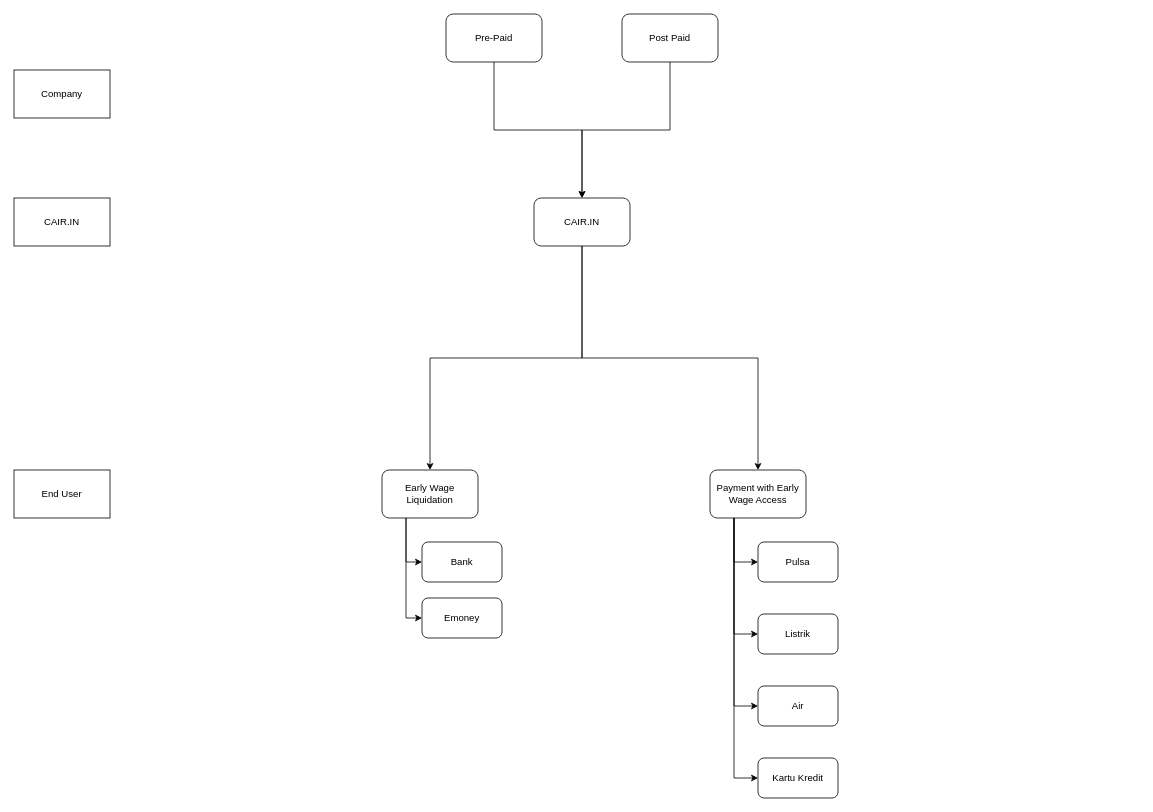
Earlier version of the draw.io diagram cair.in.drawio (stephendaniel31/draw.io). Source tidied: cells renumbered, new cells numbered last; positions are measured from the earlier drawing's top-left corner, leaving out a move shared by most shapes. Both pictures are drawn from the tidied source at 80%, with x=0, y=0 at pixel (14, 14).
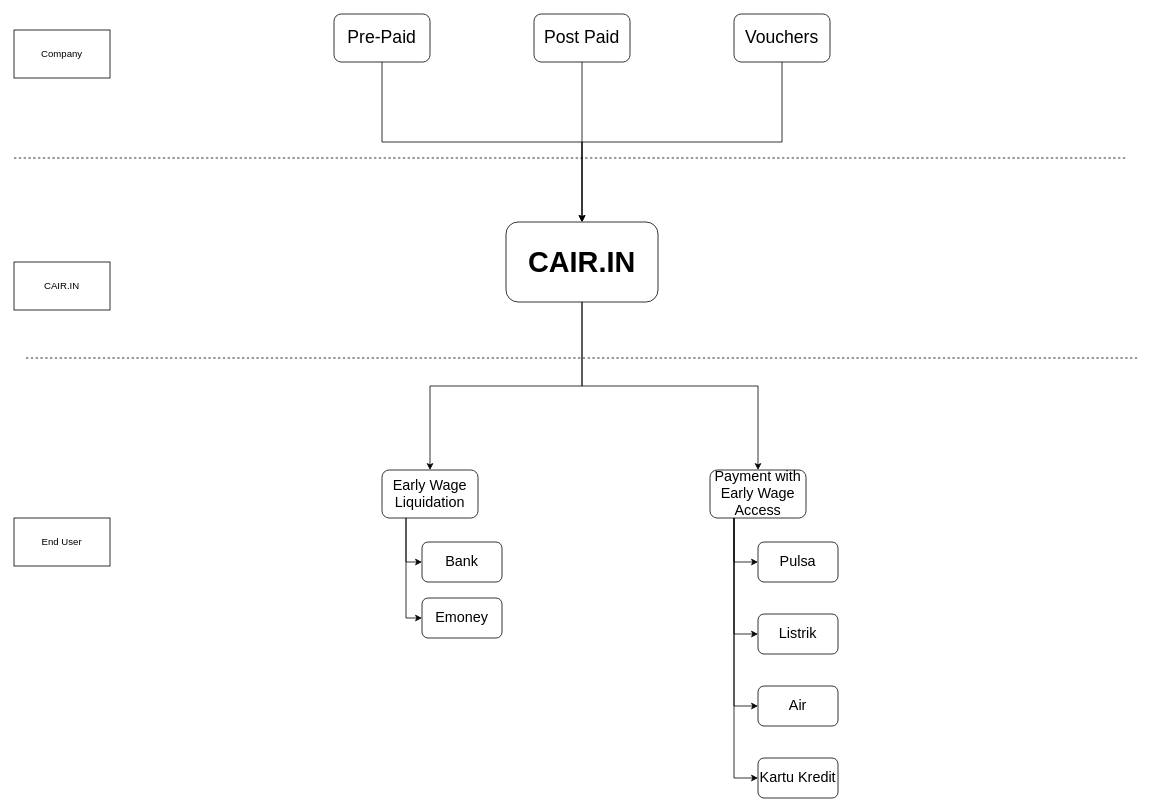
After the change.

The edit, as a diff of the source:
```diff
@@
-    <mxCell id="4" value="CAIR.IN" style="rounded=1;whiteSpace=wrap;html=1;" parent="1" vertex="1">
-      <mxGeometry x="650" y="230" width="120" height="60" as="geometry" />
+    <mxCell id="4" value="CAIR.IN" style="rounded=1;whiteSpace=wrap;html=1;strokeWidth=1;fontSize=36;fontStyle=1;" parent="1" vertex="1">
+      <mxGeometry x="615" y="260" width="190" height="100" as="geometry" />
     </mxCell>
-    <mxCell id="5" style="edgeStyle=orthogonalEdgeStyle;rounded=0;jettySize=auto;html=1;exitX=0.25;exitY=1;exitDx=0;exitDy=0;entryX=0;entryY=0.5;entryDx=0;entryDy=0;" parent="1" edge="1" source="7" target="17">
+    <mxCell id="5" style="edgeStyle=orthogonalEdgeStyle;rounded=0;jettySize=auto;html=1;exitX=0.25;exitY=1;exitDx=0;exitDy=0;entryX=0;entryY=0.5;entryDx=0;entryDy=0;fontSize=18;" parent="1" edge="1" source="7" target="17">
       <mxGeometry relative="1" as="geometry" />
     </mxCell>
-    <mxCell id="6" style="edgeStyle=orthogonalEdgeStyle;rounded=0;jettySize=auto;html=1;exitX=0.25;exitY=1;exitDx=0;exitDy=0;entryX=0;entryY=0.5;entryDx=0;entryDy=0;" parent="1" edge="1" source="7" target="18">
+    <mxCell id="6" style="edgeStyle=orthogonalEdgeStyle;rounded=0;jettySize=auto;html=1;exitX=0.25;exitY=1;exitDx=0;exitDy=0;entryX=0;entryY=0.5;entryDx=0;entryDy=0;fontSize=18;" parent="1" edge="1" source="7" target="18">
       <mxGeometry relative="1" as="geometry" />
     </mxCell>
-    <mxCell id="7" value="Early Wage Liquidation" style="rounded=1;whiteSpace=wrap;html=1;" parent="1" vertex="1">
+    <mxCell id="7" value="Early Wage Liquidation" style="rounded=1;whiteSpace=wrap;html=1;fontSize=18;" parent="1" vertex="1">
       <mxGeometry x="460" y="570" width="120" height="60" as="geometry" />
     </mxCell>
-    <mxCell id="8" style="edgeStyle=orthogonalEdgeStyle;rounded=0;jettySize=auto;html=1;exitX=0.25;exitY=1;exitDx=0;exitDy=0;entryX=0;entryY=0.5;entryDx=0;entryDy=0;" parent="1" edge="1" source="12" target="13">
+    <mxCell id="8" style="edgeStyle=orthogonalEdgeStyle;rounded=0;jettySize=auto;html=1;exitX=0.25;exitY=1;exitDx=0;exitDy=0;entryX=0;entryY=0.5;entryDx=0;entryDy=0;fontSize=18;" parent="1" edge="1" source="12" target="13">
       <mxGeometry relative="1" as="geometry" />
     </mxCell>
-    <mxCell id="9" style="edgeStyle=orthogonalEdgeStyle;rounded=0;jettySize=auto;html=1;exitX=0.25;exitY=1;exitDx=0;exitDy=0;entryX=0;entryY=0.5;entryDx=0;entryDy=0;" parent="1" edge="1" source="12" target="14">
+    <mxCell id="9" style="edgeStyle=orthogonalEdgeStyle;rounded=0;jettySize=auto;html=1;exitX=0.25;exitY=1;exitDx=0;exitDy=0;entryX=0;entryY=0.5;entryDx=0;entryDy=0;fontSize=18;" parent="1" edge="1" source="12" target="14">
       <mxGeometry relative="1" as="geometry" />
     </mxCell>
-    <mxCell id="10" style="edgeStyle=orthogonalEdgeStyle;rounded=0;jettySize=auto;html=1;exitX=0.25;exitY=1;exitDx=0;exitDy=0;entryX=0;entryY=0.5;entryDx=0;entryDy=0;" parent="1" edge="1" source="12" target="15">
+    <mxCell id="10" style="edgeStyle=orthogonalEdgeStyle;rounded=0;jettySize=auto;html=1;exitX=0.25;exitY=1;exitDx=0;exitDy=0;entryX=0;entryY=0.5;entryDx=0;entryDy=0;fontSize=18;" parent="1" edge="1" source="12" target="15">
       <mxGeometry relative="1" as="geometry" />
     </mxCell>
-    <mxCell id="11" style="edgeStyle=orthogonalEdgeStyle;rounded=0;jettySize=auto;html=1;exitX=0.25;exitY=1;exitDx=0;exitDy=0;entryX=0;entryY=0.5;entryDx=0;entryDy=0;" parent="1" edge="1" source="12" target="16">
+    <mxCell id="11" style="edgeStyle=orthogonalEdgeStyle;rounded=0;jettySize=auto;html=1;exitX=0.25;exitY=1;exitDx=0;exitDy=0;entryX=0;entryY=0.5;entryDx=0;entryDy=0;fontSize=18;" parent="1" edge="1" source="12" target="16">
       <mxGeometry relative="1" as="geometry" />
     </mxCell>
-    <mxCell id="12" value="Payment with Early Wage Access" style="rounded=1;whiteSpace=wrap;html=1;" parent="1" vertex="1">
+    <mxCell id="12" value="Payment with Early Wage Access" style="rounded=1;whiteSpace=wrap;html=1;fontSize=18;" parent="1" vertex="1">
       <mxGeometry x="870" y="570" width="120" height="60" as="geometry" />
     </mxCell>
-    <mxCell id="13" value="Pulsa" style="rounded=1;whiteSpace=wrap;html=1;" parent="1" vertex="1">
+    <mxCell id="13" value="Pulsa" style="rounded=1;whiteSpace=wrap;html=1;fontSize=18;" parent="1" vertex="1">
       <mxGeometry x="930" y="660" width="100" height="50" as="geometry" />
     </mxCell>
-    <mxCell id="14" value="Listrik" style="rounded=1;whiteSpace=wrap;html=1;" parent="1" vertex="1">
+    <mxCell id="14" value="Listrik" style="rounded=1;whiteSpace=wrap;html=1;fontSize=18;" parent="1" vertex="1">
       <mxGeometry x="930" y="750" width="100" height="50" as="geometry" />
     </mxCell>
-    <mxCell id="15" value="Air" style="rounded=1;whiteSpace=wrap;html=1;" parent="1" vertex="1">
+    <mxCell id="15" value="Air" style="rounded=1;whiteSpace=wrap;html=1;fontSize=18;" parent="1" vertex="1">
       <mxGeometry x="930" y="840" width="100" height="50" as="geometry" />
     </mxCell>
-    <mxCell id="16" value="Kartu Kredit" style="rounded=1;whiteSpace=wrap;html=1;" parent="1" vertex="1">
+    <mxCell id="16" value="Kartu Kredit" style="rounded=1;whiteSpace=wrap;html=1;fontSize=18;" parent="1" vertex="1">
       <mxGeometry x="930" y="930" width="100" height="50" as="geometry" />
     </mxCell>
-    <mxCell id="17" value="Bank" style="rounded=1;whiteSpace=wrap;html=1;" parent="1" vertex="1">
+    <mxCell id="17" value="Bank" style="rounded=1;whiteSpace=wrap;html=1;fontSize=18;" parent="1" vertex="1">
       <mxGeometry x="510" y="660" width="100" height="50" as="geometry" />
     </mxCell>
-    <mxCell id="18" value="Emoney" style="rounded=1;whiteSpace=wrap;html=1;" parent="1" vertex="1">
+    <mxCell id="18" value="Emoney" style="rounded=1;whiteSpace=wrap;html=1;fontSize=18;" parent="1" vertex="1">
       <mxGeometry x="510" y="730" width="100" height="50" as="geometry" />
     </mxCell>
@@
-    <mxCell id="20" value="Pre-Paid" style="rounded=1;whiteSpace=wrap;html=1;" parent="1" vertex="1">
-      <mxGeometry x="540" width="120" height="60" as="geometry" />
+    <mxCell id="20" value="Pre-Paid" style="rounded=1;whiteSpace=wrap;html=1;fontSize=22;" parent="1" vertex="1">
+      <mxGeometry x="400" width="120" height="60" as="geometry" />
     </mxCell>
@@
-    <mxCell id="22" value="Post Paid" style="rounded=1;whiteSpace=wrap;html=1;" parent="1" vertex="1">
-      <mxGeometry x="760" width="120" height="60" as="geometry" />
+    <mxCell id="22" value="Post Paid" style="rounded=1;whiteSpace=wrap;html=1;fontSize=22;" parent="1" vertex="1">
+      <mxGeometry x="650" width="120" height="60" as="geometry" />
     </mxCell>
     <mxCell id="23" value="Company" style="rounded=0;whiteSpace=wrap;html=1;" parent="1" vertex="1">
-      <mxGeometry y="70" width="120" height="60" as="geometry" />
+      <mxGeometry y="20" width="120" height="60" as="geometry" />
     </mxCell>
     <mxCell id="24" value="CAIR.IN" style="rounded=0;whiteSpace=wrap;html=1;" parent="1" vertex="1">
-      <mxGeometry y="230" width="120" height="60" as="geometry" />
+      <mxGeometry y="310" width="120" height="60" as="geometry" />
     </mxCell>
     <mxCell id="25" value="End User" style="rounded=0;whiteSpace=wrap;html=1;" parent="1" vertex="1">
-      <mxGeometry y="570" width="120" height="60" as="geometry" />
+      <mxGeometry y="630" width="120" height="60" as="geometry" />
     </mxCell>
+    <mxCell id="26" style="edgeStyle=orthogonalEdgeStyle;rounded=0;jettySize=auto;html=1;exitX=0.5;exitY=1;exitDx=0;exitDy=0;entryX=0.5;entryY=0;entryDx=0;entryDy=0;" parent="1" edge="1" source="27" target="4">
+      <mxGeometry relative="1" as="geometry" />
+    </mxCell>
+    <mxCell id="27" value="Vouchers" style="rounded=1;whiteSpace=wrap;html=1;fontSize=22;" parent="1" vertex="1">
+      <mxGeometry x="900" width="120" height="60" as="geometry" />
+    </mxCell>
+    <mxCell id="28" style="endArrow=none;dashed=1;html=1;rounded=0;" parent="1" edge="1">
+      <mxGeometry relative="1" as="geometry">
+        <mxPoint y="180" as="sourcePoint" />
+        <mxPoint x="1390" y="180" as="targetPoint" />
+      </mxGeometry>
+    </mxCell>
+    <mxCell id="29" style="endArrow=none;dashed=1;html=1;rounded=0;" parent="1" edge="1">
+      <mxGeometry relative="1" as="geometry">
+        <mxPoint x="15" y="430" as="sourcePoint" />
+        <mxPoint x="1405" y="430" as="targetPoint" />
+      </mxGeometry>
+    </mxCell>
```
